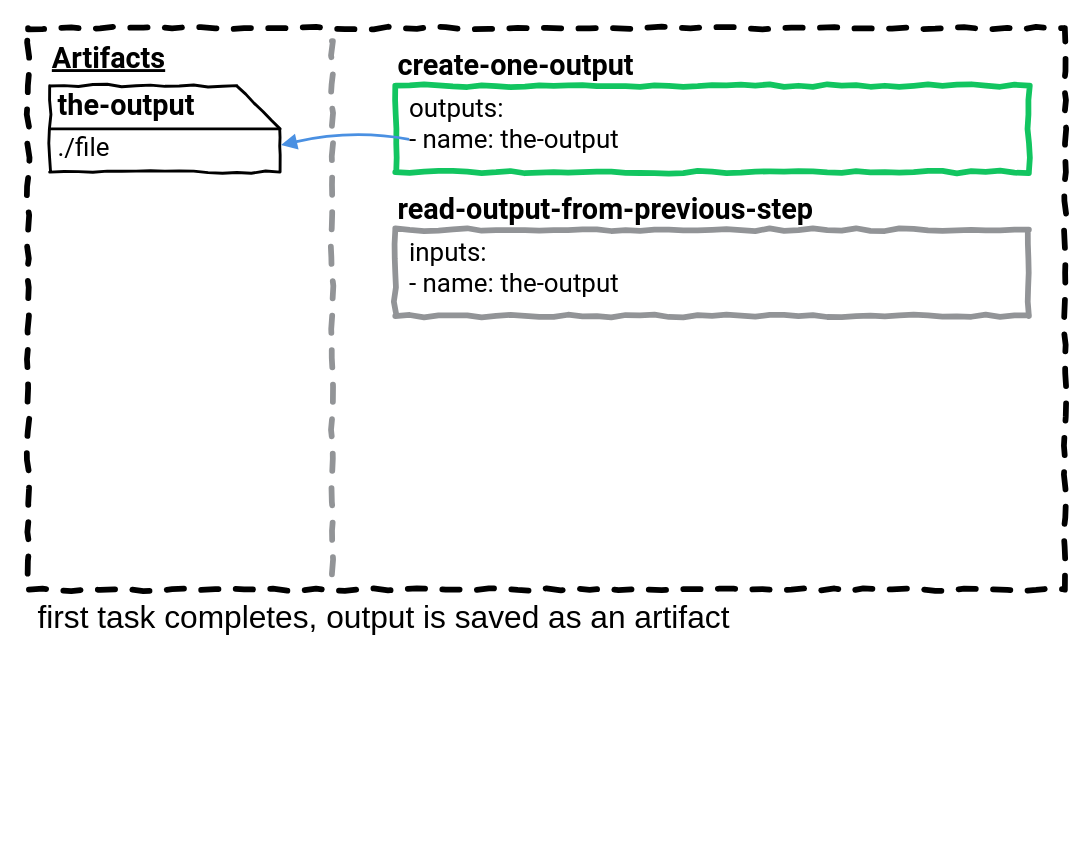
Above: page "02" (2 of 5) of tasks-inputs-101/diagrams/example-three/example-three.drawio in taylorsilva/posts (draw.io), before the change. Source tidied: cells renumbered, new cells numbered last; positions are measured from the earlier drawing's top-left corner, leaving out a move shared by most shapes. Both pictures are drawn from the tidied source at 144%, with x=0, y=0 at pixel (27, 27).
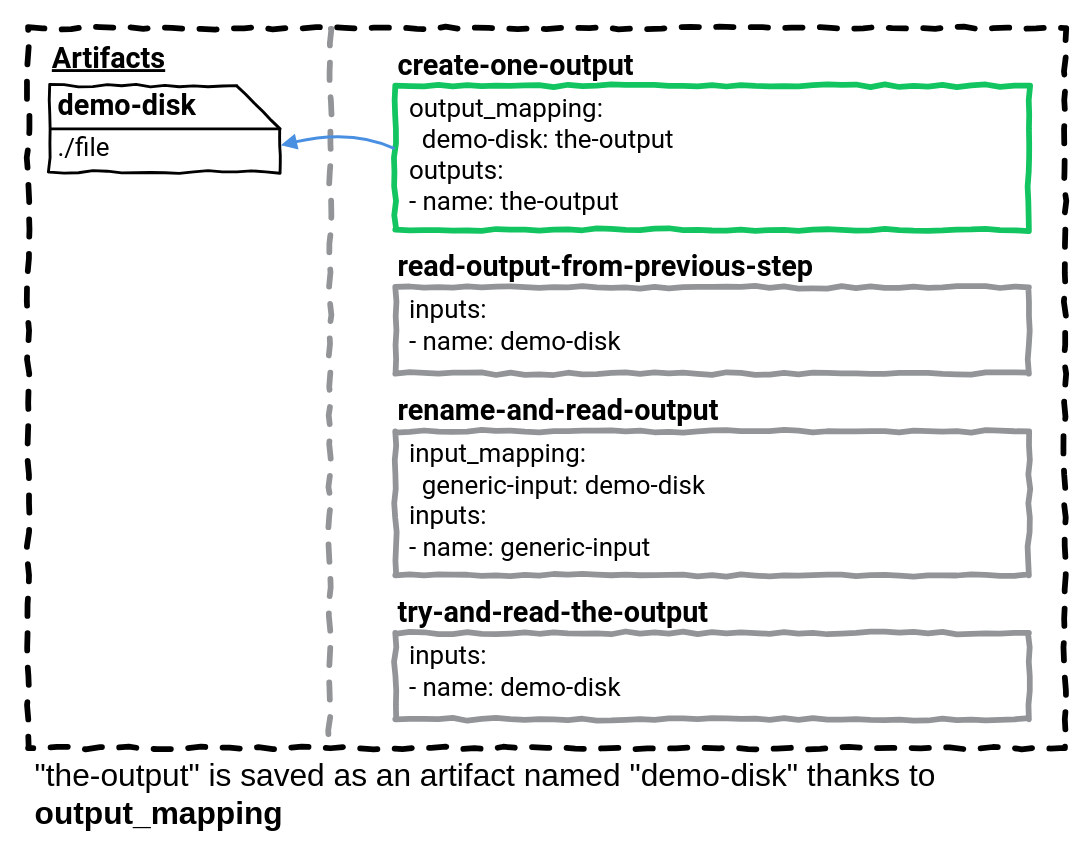
The same diagram, later.

Unchanged cells that the change refers to:
```xml
<mxCell id="6" style="shape=card;whiteSpace=wrap;html=1;comic=1;strokeWidth=2;fillColor=none;direction=south;" parent="5" vertex="1">
  <mxGeometry width="160" height="60" as="geometry" />
</mxCell>
```

What changed in the source:
```diff
@@
-    <mxCell id="0" />
-    <mxCell id="1" parent="0" />
-    <mxCell id="2" style="whiteSpace=wrap;html=1;dashed=1;strokeWidth=4;comic=1;fillColor=none;spacing=2;" parent="1" vertex="1">
-      <mxGeometry width="720" height="390" as="geometry" />
-    </mxCell>
-    <mxCell id="3" value="first task completes, output is saved as an artifact" style="text;html=1;strokeColor=none;fillColor=none;align=left;verticalAlign=middle;whiteSpace=wrap;rounded=0;comic=1;fontFamily=Patrick Hand;FType=g;fontSize=22;" parent="1" vertex="1">
-      <mxGeometry x="5" y="390" width="710" height="40" as="geometry" />
-    </mxCell>
+    <mxCell id="18" />
+    <mxCell id="19" parent="18" />
+    <mxCell id="20" style="whiteSpace=wrap;html=1;dashed=1;strokeWidth=4;comic=1;fillColor=none;spacing=2;" parent="19" vertex="1">
+      <mxGeometry width="720" height="500" as="geometry" />
+    </mxCell>
+    <mxCell id="21" value="&quot;the-output&quot; is saved as an artifact named &quot;demo-disk&quot; thanks to &lt;b&gt;output_mapping&lt;/b&gt;" style="text;html=1;strokeColor=none;fillColor=none;align=left;verticalAlign=top;whiteSpace=wrap;rounded=0;comic=1;fontFamily=Patrick Hand;FType=g;fontSize=22;" parent="19" vertex="1">
+      <mxGeometry x="3" y="500" width="715" height="40" as="geometry" />
+    </mxCell>
+    <mxCell id="22" style="group;comic=0;" parent="19" vertex="1">
+      <mxGeometry x="255" y="40" width="440" height="100" as="geometry" />
+    </mxCell>
+    <mxCell id="11" value="&lt;b&gt;create-one-output&lt;br&gt;&lt;/b&gt;" style="rounded=0;whiteSpace=wrap;html=1;comic=1;strokeWidth=4;fillColor=none;fontFamily=Roboto;fontSize=20;align=left;labelPosition=center;verticalLabelPosition=top;verticalAlign=bottom;strokeColor=#12c560;fontColor=#000000;" parent="22" vertex="1">
+      <mxGeometry width="440" height="100" as="geometry" />
+    </mxCell>
+    <mxCell id="23" value="output_mapping:&lt;br&gt;&amp;nbsp; demo-disk: the-output&lt;br&gt;outputs:&lt;br&gt;- name: the-output" style="text;strokeColor=none;fillColor=none;align=left;verticalAlign=top;rounded=0;comic=1;fontFamily=Roboto;fontSize=18;spacing=0;labelPosition=center;verticalLabelPosition=middle;html=1;" parent="22" vertex="1">
+      <mxGeometry x="10" width="190" height="100" as="geometry" />
+    </mxCell>
+    <mxCell id="24" style="group;" parent="19" vertex="1">
+      <mxGeometry x="255" y="180" width="440" height="60" as="geometry" />
+    </mxCell>
+    <mxCell id="14" value="&lt;b&gt;read-output-from-previous-step&lt;br&gt;&lt;/b&gt;" style="rounded=0;whiteSpace=wrap;html=1;comic=1;strokeWidth=4;fillColor=none;fontFamily=Roboto;fontSize=20;align=left;labelPosition=center;verticalLabelPosition=top;verticalAlign=bottom;strokeColor=#929497;" parent="24" vertex="1">
+      <mxGeometry width="440" height="60" as="geometry" />
+    </mxCell>
+    <mxCell id="25" value="inputs:&lt;br&gt;- name: demo-disk" style="text;strokeColor=none;fillColor=none;align=left;verticalAlign=top;rounded=0;comic=1;fontFamily=Roboto;fontSize=18;spacing=0;labelPosition=center;verticalLabelPosition=middle;html=1;" parent="24" vertex="1">
+      <mxGeometry x="10" width="190" height="60" as="geometry" />
+    </mxCell>
-    <mxCell id="4" value="Artifacts" style="text;html=1;strokeColor=none;fillColor=none;align=left;verticalAlign=middle;whiteSpace=wrap;rounded=0;comic=1;fontStyle=5;fontFamily=Roboto;FType=g;fontSize=20;" parent="1" vertex="1">
+    <mxCell id="4" value="Artifacts" style="text;html=1;strokeColor=none;fillColor=none;align=left;verticalAlign=middle;whiteSpace=wrap;rounded=0;comic=1;fontStyle=5;fontFamily=Roboto;FType=g;fontSize=20;" parent="19" vertex="1">
       <mxGeometry x="15" y="10" width="90" height="20" as="geometry" />
     </mxCell>
+    <mxCell id="26" style="endArrow=none;dashed=1;html=1;strokeWidth=4;comic=1;anchorPointDirection=0;exitX=0.292;exitY=0.001;exitDx=0;exitDy=0;exitPerimeter=0;strokeColor=#929497;entryX=0.288;entryY=-0.058;entryDx=0;entryDy=0;entryPerimeter=0;" parent="19" edge="1" source="20" target="21">
+      <mxGeometry relative="1" as="geometry" />
+    </mxCell>
+    <mxCell id="27" style="group;" parent="19" vertex="1">
+      <mxGeometry x="255" y="280" width="440" height="100" as="geometry" />
+    </mxCell>
+    <mxCell id="28" value="&lt;b&gt;rename-and-read-output&lt;br&gt;&lt;/b&gt;" style="rounded=0;whiteSpace=wrap;html=1;comic=1;strokeWidth=4;fillColor=none;fontFamily=Roboto;fontSize=20;align=left;labelPosition=center;verticalLabelPosition=top;verticalAlign=bottom;strokeColor=#929497;" parent="27" vertex="1">
+      <mxGeometry width="440" height="100" as="geometry" />
+    </mxCell>
+    <mxCell id="29" value="input_mapping:&lt;br&gt;&amp;nbsp; generic-input: demo-disk&lt;br&gt;inputs:&lt;br&gt;- name: generic-input" style="text;strokeColor=none;fillColor=none;align=left;verticalAlign=top;rounded=0;comic=1;fontFamily=Roboto;fontSize=18;spacing=0;labelPosition=center;verticalLabelPosition=middle;html=1;" parent="27" vertex="1">
+      <mxGeometry x="10" width="190" height="100" as="geometry" />
+    </mxCell>
+    <mxCell id="30" style="group;" parent="19" vertex="1">
+      <mxGeometry x="255" y="420" width="440" height="60" as="geometry" />
+    </mxCell>
+    <mxCell id="31" value="&lt;b&gt;try-and-read-the-output&lt;br&gt;&lt;/b&gt;" style="rounded=0;whiteSpace=wrap;html=1;comic=1;strokeWidth=4;fillColor=none;fontFamily=Roboto;fontSize=20;align=left;labelPosition=center;verticalLabelPosition=top;verticalAlign=bottom;strokeColor=#929497;" parent="30" vertex="1">
+      <mxGeometry width="440" height="60" as="geometry" />
+    </mxCell>
+    <mxCell id="32" value="inputs:&lt;br&gt;- name: demo-disk" style="text;strokeColor=none;fillColor=none;align=left;verticalAlign=top;rounded=0;comic=1;fontFamily=Roboto;fontSize=18;spacing=0;labelPosition=center;verticalLabelPosition=middle;html=1;" parent="30" vertex="1">
+      <mxGeometry x="10" width="190" height="60" as="geometry" />
+    </mxCell>
-    <mxCell id="5" style="group;" parent="1" vertex="1">
+    <mxCell id="5" style="group;" parent="19" vertex="1">
       <mxGeometry x="15" y="40" width="160" height="130" as="geometry" />
     </mxCell>
@@
-    <mxCell id="7" value="the-output" style="text;html=1;strokeColor=none;fillColor=none;align=left;verticalAlign=middle;whiteSpace=wrap;rounded=0;comic=1;fontFamily=Roboto;fontSize=20;fontStyle=1;" parent="5" vertex="1">
-      <mxGeometry x="4" y="3" width="126" height="20" as="geometry" />
-    </mxCell>
+    <mxCell id="33" value="demo-disk" style="text;html=1;strokeColor=none;fillColor=none;align=left;verticalAlign=middle;whiteSpace=wrap;rounded=0;comic=1;fontFamily=Roboto;fontSize=20;fontStyle=1;" parent="5" vertex="1">
+      <mxGeometry x="4" y="3" width="126" height="20" as="geometry" />
+    </mxCell>
@@
-    <mxCell id="9" style="endArrow=none;html=1;strokeColor=#000000;strokeWidth=2;fontFamily=Roboto;fontSize=18;exitX=0.5;exitY=1;exitDx=0;exitDy=0;exitPerimeter=0;anchorPointDirection=0;" parent="5" edge="1" source="6">
-      <mxGeometry relative="1" as="geometry">
-        <mxPoint x="160" y="30" as="targetPoint" />
-      </mxGeometry>
-    </mxCell>
-    <mxCell id="10" style="group;comic=0;" parent="1" vertex="1">
-      <mxGeometry x="255" y="40" width="440" height="60" as="geometry" />
-    </mxCell>
-    <mxCell id="11" value="&lt;b&gt;create-one-output&lt;br&gt;&lt;/b&gt;" style="rounded=0;whiteSpace=wrap;html=1;comic=1;strokeWidth=4;fillColor=none;fontFamily=Roboto;fontSize=20;align=left;labelPosition=center;verticalLabelPosition=top;verticalAlign=bottom;strokeColor=#12C560;" parent="10" vertex="1">
-      <mxGeometry width="440" height="60" as="geometry" />
-    </mxCell>
-    <mxCell id="12" value="outputs:&lt;br&gt;- name: the-output" style="text;strokeColor=none;fillColor=none;align=left;verticalAlign=top;rounded=0;comic=1;fontFamily=Roboto;fontSize=18;spacing=0;labelPosition=center;verticalLabelPosition=middle;html=1;" parent="10" vertex="1">
-      <mxGeometry x="10" width="190" height="60" as="geometry" />
-    </mxCell>
-    <mxCell id="13" style="group;" parent="1" vertex="1">
-      <mxGeometry x="255" y="140" width="440" height="60" as="geometry" />
-    </mxCell>
-    <mxCell id="14" value="&lt;b&gt;read-output-from-previous-step&lt;br&gt;&lt;/b&gt;" style="rounded=0;whiteSpace=wrap;html=1;comic=1;strokeWidth=4;fillColor=none;fontFamily=Roboto;fontSize=20;align=left;labelPosition=center;verticalLabelPosition=top;verticalAlign=bottom;strokeColor=#929497;" parent="13" vertex="1">
-      <mxGeometry width="440" height="60" as="geometry" />
-    </mxCell>
-    <mxCell id="15" value="inputs:&lt;br&gt;- name: the-output" style="text;strokeColor=none;fillColor=none;align=left;verticalAlign=top;rounded=0;comic=1;fontFamily=Roboto;fontSize=18;spacing=0;labelPosition=center;verticalLabelPosition=middle;html=1;" parent="13" vertex="1">
-      <mxGeometry x="10" width="190" height="60" as="geometry" />
-    </mxCell>
-    <mxCell id="16" style="endArrow=none;html=1;strokeColor=#4A90E2;strokeWidth=2;fontFamily=Roboto;fontSize=20;entryX=-0.002;entryY=0.621;entryDx=0;entryDy=0;entryPerimeter=0;exitX=0.688;exitY=-0.004;exitDx=0;exitDy=0;exitPerimeter=0;startArrow=block;startFill=1;comic=0;curved=1;" parent="1" edge="1" source="6" target="12">
-      <mxGeometry relative="1" as="geometry">
-        <Array as="points">
-          <mxPoint x="225" y="70" />
-        </Array>
-      </mxGeometry>
-    </mxCell>
-    <mxCell id="17" style="endArrow=none;dashed=1;html=1;strokeWidth=4;comic=1;anchorPointDirection=0;exitX=0.293;exitY=0;exitDx=0;exitDy=0;exitPerimeter=0;strokeColor=#929497;" parent="1" edge="1">
-      <mxGeometry relative="1" as="geometry">
-        <mxPoint x="211" y="9" as="sourcePoint" />
-        <mxPoint x="211" y="389" as="targetPoint" />
-      </mxGeometry>
-    </mxCell>
+    <mxCell id="34" style="endArrow=none;html=1;strokeColor=#000000;strokeWidth=2;fontFamily=Roboto;fontSize=18;exitX=0.5;exitY=1;exitDx=0;exitDy=0;exitPerimeter=0;anchorPointDirection=0;" parent="5" edge="1" source="6">
+      <mxGeometry relative="1" as="geometry">
+        <mxPoint x="160" y="30" as="targetPoint" />
+      </mxGeometry>
+    </mxCell>
+    <mxCell id="35" style="endArrow=none;html=1;strokeColor=#4A90E2;strokeWidth=2;fontFamily=Roboto;fontSize=20;entryX=-0.001;entryY=0.437;entryDx=0;entryDy=0;entryPerimeter=0;exitX=0.688;exitY=-0.004;exitDx=0;exitDy=0;exitPerimeter=0;startArrow=block;startFill=1;comic=0;curved=1;" parent="19" edge="1" target="11">
+      <mxGeometry relative="1" as="geometry">
+        <mxPoint x="175.6" y="81.3" as="sourcePoint" />
+        <Array as="points">
+          <mxPoint x="225" y="70" />
+        </Array>
+      </mxGeometry>
+    </mxCell>
```
